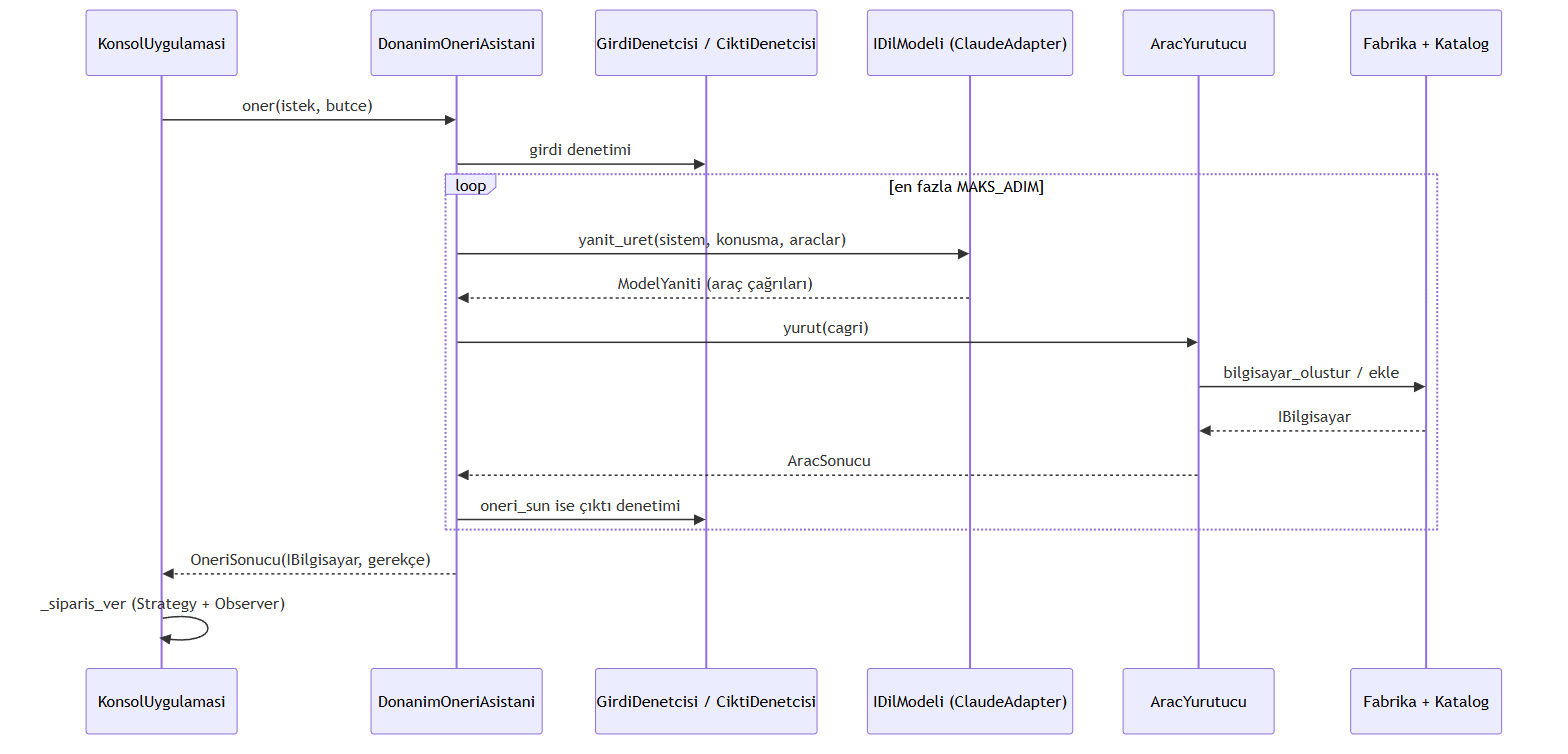
Earlier version of the Mermaid export docs/uml/8_ai_oneri_sirasi.png (kamurangenc/pc-siparis-sistemi). Its source is kept beside it as docs/uml/8_ai_oneri_sirasi.mmd. The source it was exported from:
```mermaid
sequenceDiagram
    participant K as KonsolUygulamasi
    participant A as DonanimOneriAsistani
    participant G as GirdiDenetcisi / CiktiDenetcisi
    participant M as IDilModeli (ClaudeAdapter)
    participant Y as AracYurutucu
    participant F as Fabrika + Katalog
    K->>A: oner(istek, butce)
    A->>G: girdi denetimi
    loop en fazla MAKS_ADIM
        A->>M: yanit_uret(sistem, konusma, araclar)
        M-->>A: ModelYaniti (araç çağrıları)
        A->>Y: yurut(cagri)
        Y->>F: bilgisayar_olustur / ekle
        F-->>Y: IBilgisayar
        Y-->>A: AracSonucu
        A->>G: oneri_sun ise çıktı denetimi
    end
    A-->>K: OneriSonucu(IBilgisayar, gerekçe)
    K->>K: _siparis_ver (Strategy + Observer)
```
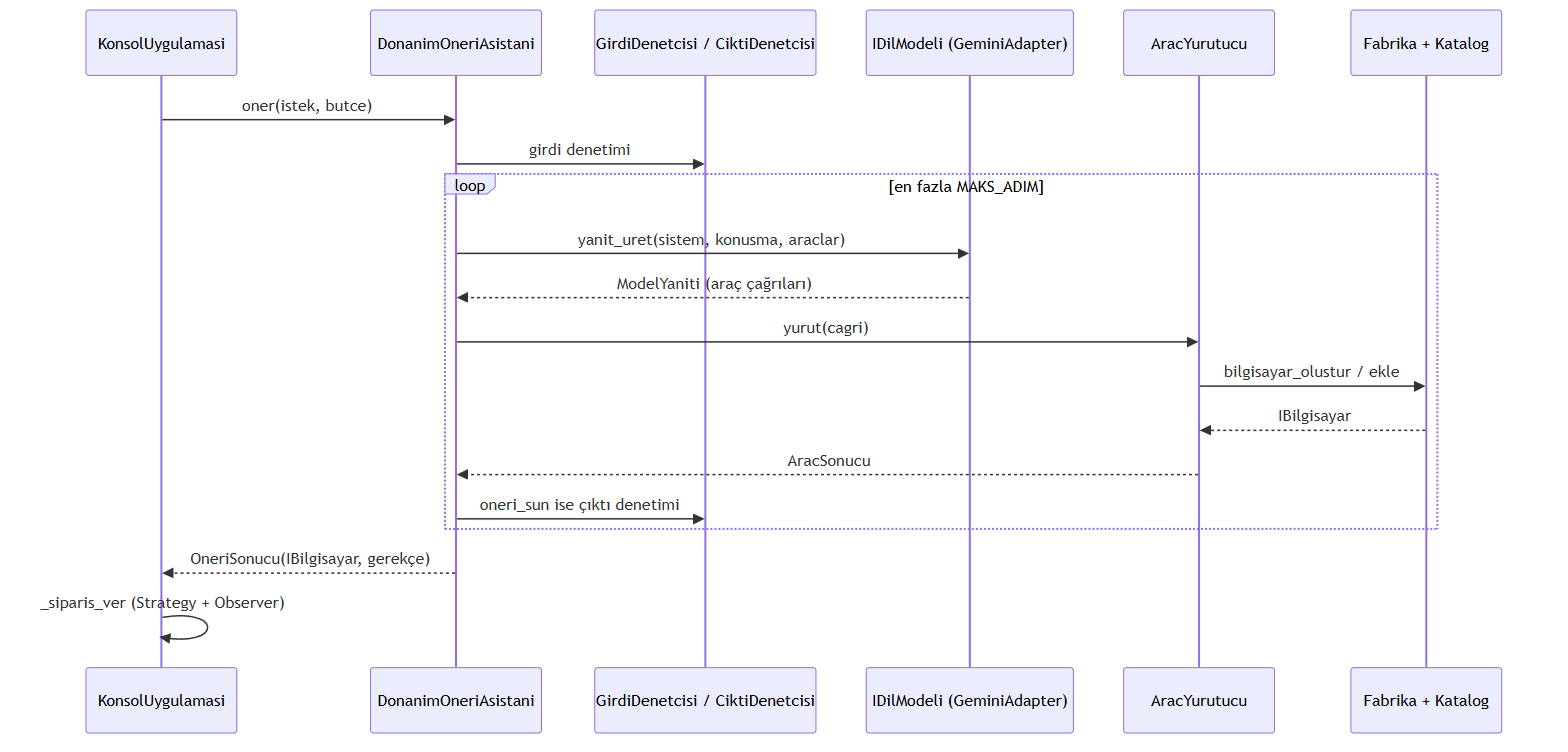
After the commit.

Diff of the diagram source:
```diff
@@ -2,7 +2,7 @@
     participant K as KonsolUygulamasi
     participant A as DonanimOneriAsistani
     participant G as GirdiDenetcisi / CiktiDenetcisi
-    participant M as IDilModeli (ClaudeAdapter)
+    participant M as IDilModeli (GeminiAdapter)
     participant Y as AracYurutucu
     participant F as Fabrika + Katalog
     K->>A: oner(istek, butce)
```
